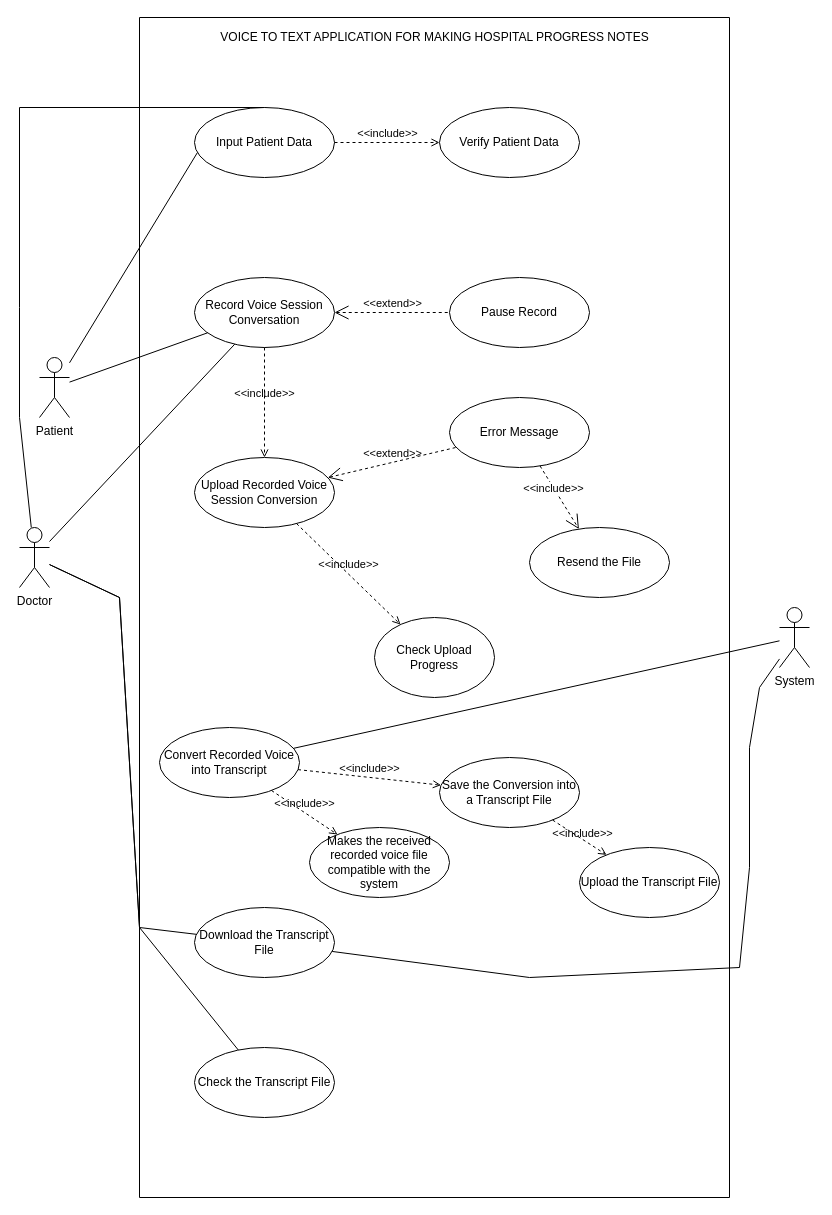
fauzan923/Framework-dan-Use-Case-Artificial-Intelligence keeps this draw.io diagram as Diagram/Use Case Diagram.drawio. Above is the earlier version. Source tidied: cells renumbered, new cells numbered last; positions are measured from the earlier drawing's top-left corner, leaving out a move shared by most shapes. Both pictures are drawn from the tidied source at 100%, with x=0, y=0 at pixel (19, 17).
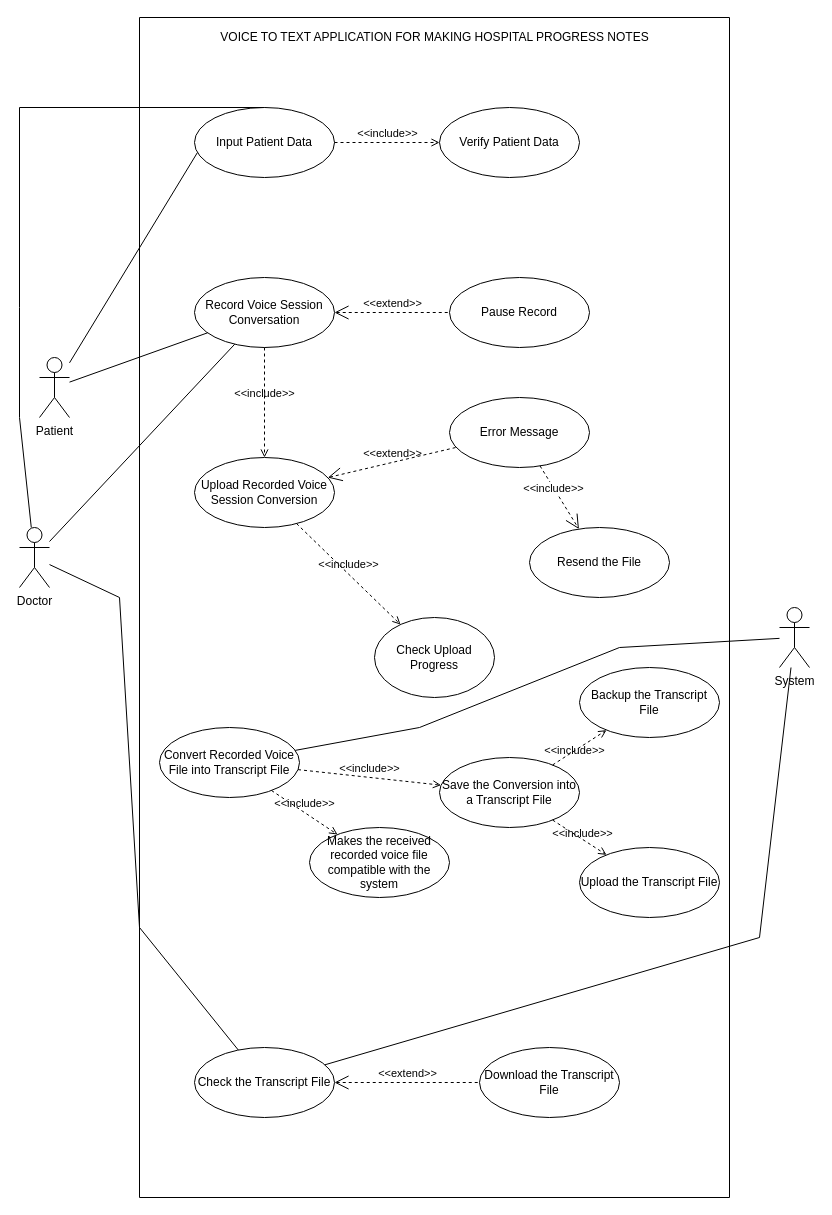
The same diagram, later.

The change refers to these unchanged cells:
```xml
<mxCell id="2" style="swimlane;startSize=0;" parent="1" vertex="1">
  <mxGeometry x="120" width="590" height="1180" as="geometry" />
</mxCell>
<mxCell id="15" value="Save the Conversion into a Transcript File" style="ellipse;whiteSpace=wrap;html=1;" parent="2" vertex="1">
  <mxGeometry x="300" y="740" width="140" height="70" as="geometry" />
</mxCell>
<mxCell id="20" value="Check the Transcript File" style="ellipse;whiteSpace=wrap;html=1;" parent="2" vertex="1">
  <mxGeometry x="55" y="1030" width="140" height="70" as="geometry" />
</mxCell>
<mxCell id="27" value="Doctor" style="shape=umlActor;verticalLabelPosition=bottom;verticalAlign=top;html=1;" parent="1" vertex="1">
  <mxGeometry y="510" width="30" height="60" as="geometry" />
</mxCell>
<mxCell id="30" value="System" style="shape=umlActor;html=1;verticalLabelPosition=bottom;verticalAlign=top;align=center;" parent="1" vertex="1">
  <mxGeometry x="760" y="590" width="30" height="60" as="geometry" />
</mxCell>
```

The edit, as a diff of the source:
```diff
@@
-    <mxCell id="13" value="Convert Recorded Voice into Transcript" style="ellipse;whiteSpace=wrap;html=1;" parent="2" vertex="1">
+    <mxCell id="13" value="Convert Recorded Voice File into Transcript File" style="ellipse;whiteSpace=wrap;html=1;" parent="2" vertex="1">
       <mxGeometry x="20" y="710" width="140" height="70" as="geometry" />
     </mxCell>
@@
     <mxCell id="19" value="Download the Transcript File" style="ellipse;whiteSpace=wrap;html=1;" parent="2" vertex="1">
-      <mxGeometry x="55" y="890" width="140" height="70" as="geometry" />
+      <mxGeometry x="340" y="1030" width="140" height="70" as="geometry" />
     </mxCell>
@@
+    <mxCell id="38" value="&amp;lt;&amp;lt;extend&amp;gt;&amp;gt;" style="edgeStyle=none;html=1;startArrow=open;endArrow=none;startSize=12;verticalAlign=bottom;dashed=1;labelBackgroundColor=none;rounded=0;" parent="2" edge="1" source="20" target="19">
+      <mxGeometry relative="1" as="geometry" />
+    </mxCell>
+    <mxCell id="39" value="Backup the Transcript File" style="ellipse;whiteSpace=wrap;html=1;" parent="2" vertex="1">
+      <mxGeometry x="440" y="650" width="140" height="70" as="geometry" />
+    </mxCell>
+    <mxCell id="40" value="&amp;lt;&amp;lt;include&amp;gt;&amp;gt;" style="edgeStyle=none;html=1;endArrow=open;verticalAlign=bottom;dashed=1;labelBackgroundColor=none;rounded=0;" parent="2" edge="1" source="15" target="39">
+      <mxGeometry x="-0.34" y="-7" relative="1" as="geometry" />
+    </mxCell>
@@
     <mxCell id="31" style="edgeStyle=none;html=1;endArrow=none;verticalAlign=bottom;rounded=0;" parent="1" edge="1" source="30" target="13">
-      <mxGeometry relative="1" as="geometry" />
+      <mxGeometry relative="1" as="geometry">
+        <Array as="points">
+          <mxPoint x="600" y="630" />
+          <mxPoint x="400" y="710" />
+        </Array>
+      </mxGeometry>
     </mxCell>
@@
-    <mxCell id="33" style="edgeStyle=none;html=1;endArrow=none;verticalAlign=bottom;rounded=0;" parent="1" edge="1" source="30" target="19">
-      <mxGeometry relative="1" as="geometry">
-        <Array as="points">
-          <mxPoint x="740" y="670" />
-          <mxPoint x="730" y="730" />
-          <mxPoint x="730" y="850" />
-          <mxPoint x="720" y="950" />
-          <mxPoint x="510" y="960" />
-        </Array>
-      </mxGeometry>
-    </mxCell>
-    <mxCell id="34" style="edgeStyle=none;html=1;endArrow=none;verticalAlign=bottom;rounded=0;" parent="1" edge="1" source="27" target="19">
-      <mxGeometry relative="1" as="geometry">
-        <Array as="points">
-          <mxPoint x="100" y="580" />
-          <mxPoint x="120" y="910" />
-        </Array>
-      </mxGeometry>
-    </mxCell>
@@
+    <mxCell id="41" style="edgeStyle=none;html=1;endArrow=none;verticalAlign=bottom;rounded=0;" parent="1" edge="1" source="30" target="20">
+      <mxGeometry relative="1" as="geometry">
+        <Array as="points">
+          <mxPoint x="740" y="920" />
+        </Array>
+      </mxGeometry>
+    </mxCell>
```
